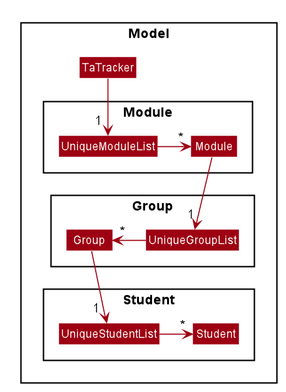
aakanksha-rai/main keeps this PlantUML diagram as images/ModuleModelClassDiagram.png. Above is the earlier version.
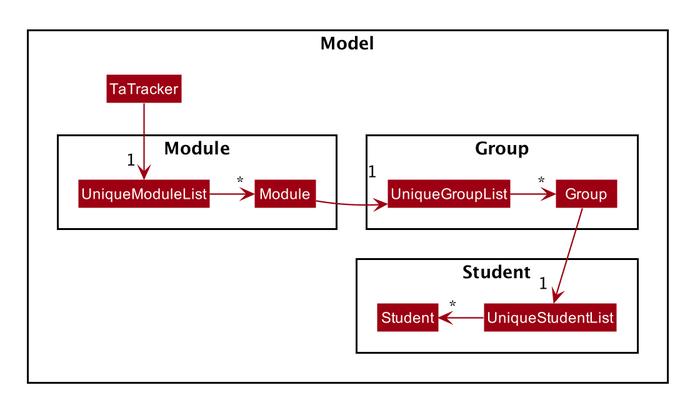
Above is the later version.

The edit, as a diff of the source:
```diff
@@ -74,11 +74,11 @@
 
 UniqueModuleList -right-> "*" Module
 
-Module --> "1" UniqueGroupList
+Module -right-> "1" UniqueGroupList
 
-UniqueGroupList -left-> "*" Group
+UniqueGroupList -right-> "*" Group
 
 Group --> "1 " UniqueStudentList
-UniqueStudentList -right-> "*" Student
+UniqueStudentList -left-> "*" Student
 
 @enduml
```
